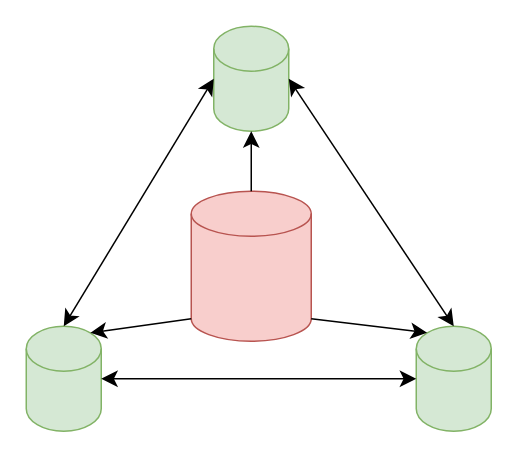
The draw.io diagram report_diagrams.drawio in Susorodni/MA342Project2, before the edit. Source tidied: cells renumbered, new cells numbered last; positions are measured from the earlier drawing's top-left corner, leaving out a move shared by most shapes. Both pictures are drawn from the tidied source at 150%, with x=0, y=0 at pixel (26, 26).
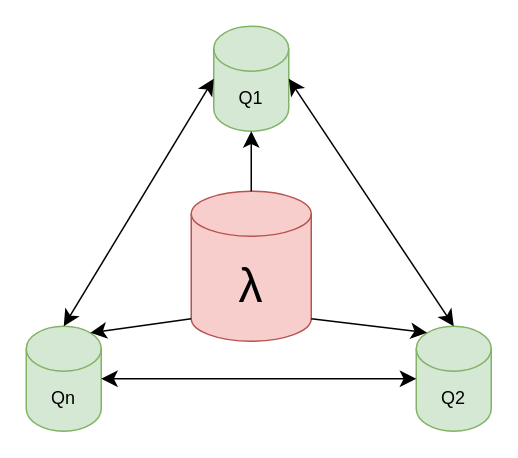
The same diagram, later.

Change to the diagram source:
```diff
@@
 <mxGraphModel>
   <root>
     <mxCell id="0" />
     <mxCell id="1" parent="0" />
-    <mxCell id="2" style="shape=cylinder3;whiteSpace=wrap;html=1;boundedLbl=1;backgroundOutline=1;size=15;fillColor=#f8cecc;strokeColor=#b85450;" parent="1" vertex="1">
+    <mxCell id="2" value="&lt;font style=&quot;font-size: 32px;&quot;&gt;λ&lt;/font&gt;" style="shape=cylinder3;whiteSpace=wrap;html=1;boundedLbl=1;backgroundOutline=1;size=15;fillColor=#f8cecc;strokeColor=#b85450;" parent="1" vertex="1">
       <mxGeometry x="110" y="110" width="80" height="100" as="geometry" />
     </mxCell>
-    <mxCell id="3" style="shape=cylinder3;whiteSpace=wrap;html=1;boundedLbl=1;backgroundOutline=1;size=15;fillColor=#d5e8d4;strokeColor=#82b366;" parent="1" vertex="1">
+    <mxCell id="3" value="Q1" style="shape=cylinder3;whiteSpace=wrap;html=1;boundedLbl=1;backgroundOutline=1;size=15;fillColor=#d5e8d4;strokeColor=#82b366;" parent="1" vertex="1">
       <mxGeometry x="125" width="50" height="70" as="geometry" />
     </mxCell>
-    <mxCell id="4" style="shape=cylinder3;whiteSpace=wrap;html=1;boundedLbl=1;backgroundOutline=1;size=15;fillColor=#d5e8d4;strokeColor=#82b366;" parent="1" vertex="1">
+    <mxCell id="4" value="Q2" style="shape=cylinder3;whiteSpace=wrap;html=1;boundedLbl=1;backgroundOutline=1;size=15;fillColor=#d5e8d4;strokeColor=#82b366;" parent="1" vertex="1">
       <mxGeometry x="260" y="200" width="50" height="70" as="geometry" />
     </mxCell>
-    <mxCell id="5" style="shape=cylinder3;whiteSpace=wrap;html=1;boundedLbl=1;backgroundOutline=1;size=15;fillColor=#d5e8d4;strokeColor=#82b366;" parent="1" vertex="1">
+    <mxCell id="5" value="Qn" style="shape=cylinder3;whiteSpace=wrap;html=1;boundedLbl=1;backgroundOutline=1;size=15;fillColor=#d5e8d4;strokeColor=#82b366;" parent="1" vertex="1">
       <mxGeometry y="200" width="50" height="70" as="geometry" />
     </mxCell>
     <mxCell id="6" style="endArrow=classic;startArrow=classic;html=1;rounded=0;fontSize=12;startSize=8;endSize=8;curved=1;entryX=1;entryY=0.5;entryDx=0;entryDy=0;entryPerimeter=0;exitX=0.5;exitY=0;exitDx=0;exitDy=0;exitPerimeter=0;" parent="1" edge="1" source="4" target="3">
       <mxGeometry relative="1" as="geometry" />
     </mxCell>
     <mxCell id="7" style="endArrow=classic;startArrow=classic;html=1;rounded=0;fontSize=12;startSize=8;endSize=8;curved=1;exitX=1;exitY=0.5;exitDx=0;exitDy=0;exitPerimeter=0;entryX=0;entryY=0.5;entryDx=0;entryDy=0;entryPerimeter=0;" parent="1" edge="1" source="5" target="4">
       <mxGeometry relative="1" as="geometry" />
     </mxCell>
     <mxCell id="8" style="endArrow=classic;startArrow=classic;html=1;rounded=0;fontSize=12;startSize=8;endSize=8;curved=1;entryX=0;entryY=0.5;entryDx=0;entryDy=0;entryPerimeter=0;exitX=0.5;exitY=0;exitDx=0;exitDy=0;exitPerimeter=0;" parent="1" edge="1" source="5" target="3">
       <mxGeometry relative="1" as="geometry" />
     </mxCell>
     <mxCell id="9" style="endArrow=classic;html=1;rounded=0;fontSize=12;startSize=8;endSize=8;curved=1;exitX=0.5;exitY=0;exitDx=0;exitDy=0;exitPerimeter=0;entryX=0.5;entryY=1;entryDx=0;entryDy=0;entryPerimeter=0;" parent="1" edge="1" source="2" target="3">
       <mxGeometry relative="1" as="geometry" />
     </mxCell>
     <mxCell id="10" style="endArrow=classic;html=1;rounded=0;fontSize=12;startSize=8;endSize=8;curved=1;exitX=1;exitY=1;exitDx=0;exitDy=-15;exitPerimeter=0;entryX=0.145;entryY=0;entryDx=0;entryDy=4.35;entryPerimeter=0;" parent="1" edge="1" source="2" target="4">
       <mxGeometry relative="1" as="geometry" />
     </mxCell>
     <mxCell id="11" style="endArrow=classic;html=1;rounded=0;fontSize=12;startSize=8;endSize=8;curved=1;exitX=0;exitY=1;exitDx=0;exitDy=-15;exitPerimeter=0;entryX=0.855;entryY=0;entryDx=0;entryDy=4.35;entryPerimeter=0;" parent="1" edge="1" source="2" target="5">
       <mxGeometry relative="1" as="geometry" />
     </mxCell>
   </root>
 </mxGraphModel>
```
